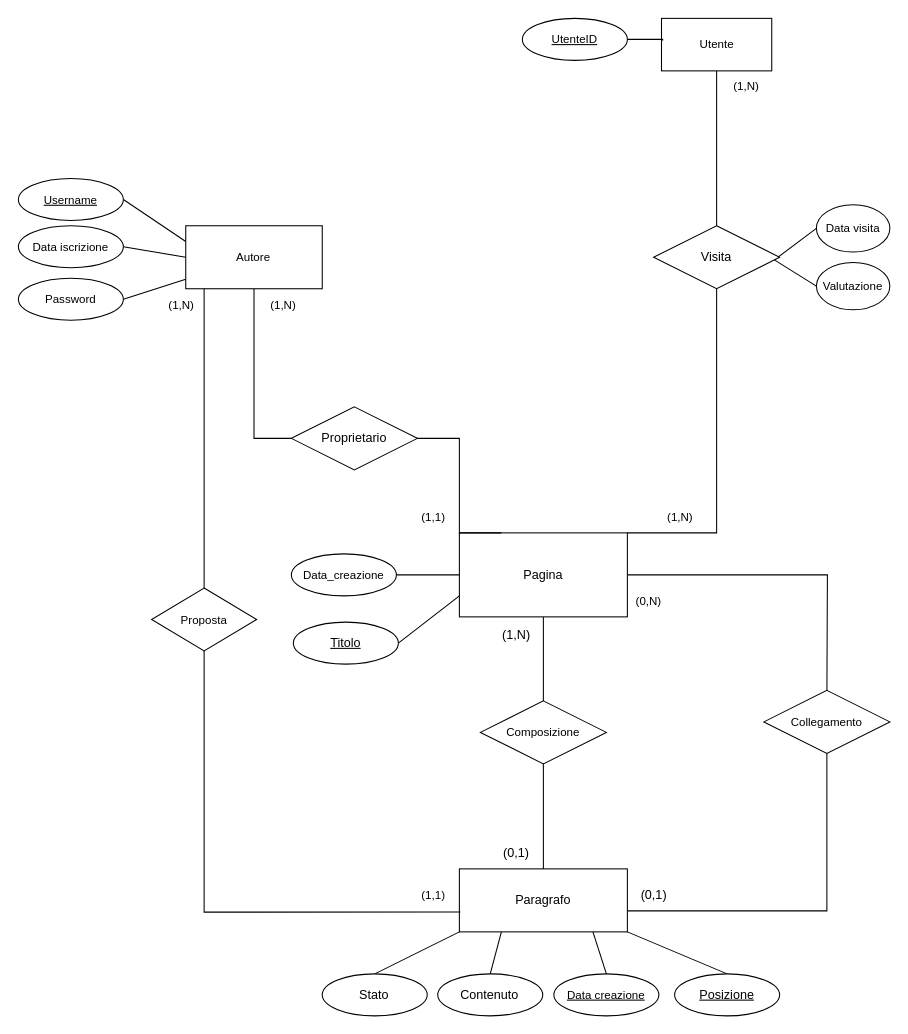
Above: Basi Dati/Modello EER Ristrutturato.drawio in nukeandboom/Progetto-OO-BD (draw.io), before the change. Source tidied: cells renumbered, new cells numbered last; positions are measured from the earlier drawing's top-left corner, leaving out a move shared by most shapes. Both pictures are drawn from the tidied source at 105%, with x=0, y=0 at pixel (18, 18).
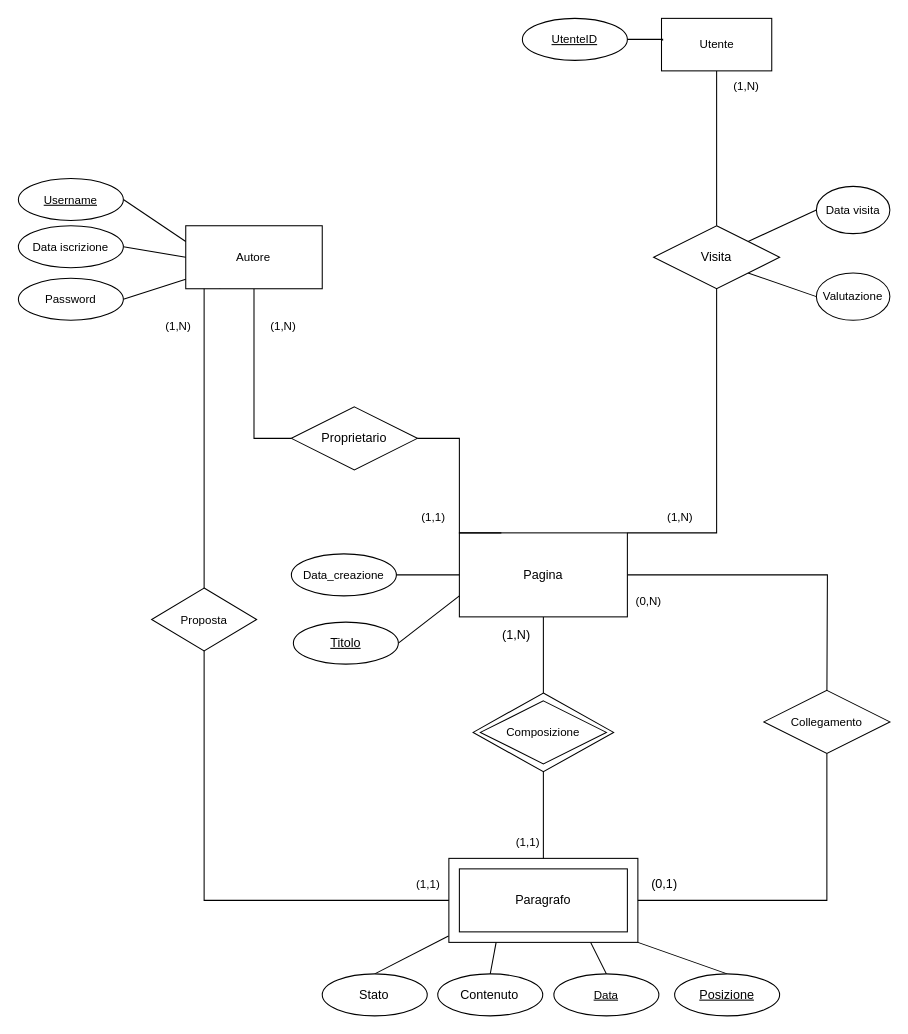
After the change.

The change refers to these unchanged cells:
```xml
<mxCell id="4" value="Pagina" style="rounded=0;arcSize=10;whiteSpace=wrap;html=1;align=center;labelBackgroundColor=none;" parent="1" vertex="1">
  <mxGeometry x="420" y="490" width="160" height="80" as="geometry" />
</mxCell>
<mxCell id="6" value="Paragrafo" style="rounded=0;arcSize=24;whiteSpace=wrap;html=1;align=center;labelBackgroundColor=none;" parent="1" vertex="1">
  <mxGeometry x="420" y="810" width="160" height="60" as="geometry" />
</mxCell>
<mxCell id="7" value="Contenuto" style="ellipse;whiteSpace=wrap;html=1;align=center;labelBackgroundColor=none;" parent="1" vertex="1">
  <mxGeometry x="399.4" y="910" width="100" height="40" as="geometry" />
</mxCell>
<mxCell id="27" value="Proposta" style="shape=rhombus;perimeter=rhombusPerimeter;whiteSpace=wrap;html=1;align=center;fontFamily=Helvetica;fontSize=11;labelBackgroundColor=none;" parent="1" vertex="1">
  <mxGeometry x="126.9" y="542.5" width="100" height="60" as="geometry" />
</mxCell>
<mxCell id="34" value="Posizione" style="ellipse;whiteSpace=wrap;html=1;align=center;fontStyle=4;labelBackgroundColor=none;" parent="1" vertex="1">
  <mxGeometry x="625" y="910" width="100" height="40" as="geometry" />
</mxCell>
<mxCell id="45" value="Visita" style="shape=rhombus;perimeter=rhombusPerimeter;whiteSpace=wrap;html=1;align=center;labelBackgroundColor=none;" parent="1" vertex="1">
  <mxGeometry x="605" y="197.5" width="120" height="60" as="geometry" />
</mxCell>
<mxCell id="51" value="Collegamento" style="shape=rhombus;perimeter=rhombusPerimeter;whiteSpace=wrap;html=1;align=center;fontFamily=Helvetica;fontSize=11;labelBackgroundColor=none;" parent="1" vertex="1">
  <mxGeometry x="710" y="640" width="120" height="60" as="geometry" />
</mxCell>
<mxCell id="53" value="Stato" style="ellipse;whiteSpace=wrap;html=1;align=center;labelBackgroundColor=none;" parent="1" vertex="1">
  <mxGeometry x="289.4" y="910" width="100" height="40" as="geometry" />
</mxCell>
<mxCell id="54" value="Composizione" style="shape=rhombus;perimeter=rhombusPerimeter;whiteSpace=wrap;html=1;align=center;fontFamily=Helvetica;fontSize=11;labelBackgroundColor=none;" parent="1" vertex="1">
  <mxGeometry x="440" y="650" width="120" height="60" as="geometry" />
</mxCell>
```

Change to the diagram source:
```diff
@@
+    <mxCell id="55" style="rhombus;whiteSpace=wrap;html=1;rounded=0;strokeColor=default;align=center;verticalAlign=middle;fontFamily=Helvetica;fontSize=12;fontColor=default;fillColor=default;" parent="1" vertex="1">
+      <mxGeometry x="433.1" y="642.5" width="133.8" height="75" as="geometry" />
+    </mxCell>
+    <mxCell id="56" style="rounded=0;whiteSpace=wrap;html=1;" parent="1" vertex="1">
+      <mxGeometry x="410" y="800" width="180" height="80" as="geometry" />
+    </mxCell>
-    <mxCell id="2" style="edgeStyle=orthogonalEdgeStyle;rounded=0;jettySize=auto;html=1;exitX=0.5;exitY=1;exitDx=0;exitDy=0;endArrow=none;endFill=0;entryX=0.5;entryY=0;entryDx=0;entryDy=0;labelBackgroundColor=none;fontColor=default;" parent="1" edge="1" source="4" target="54">
+    <mxCell id="2" style="edgeStyle=orthogonalEdgeStyle;rounded=0;jettySize=auto;html=1;exitX=0.5;exitY=1;exitDx=0;exitDy=0;endArrow=none;endFill=0;labelBackgroundColor=none;fontColor=default;entryX=0.5;entryY=0;entryDx=0;entryDy=0;" parent="1" edge="1" source="4" target="55">
       <mxGeometry relative="1" as="geometry" />
     </mxCell>
@@
-    <mxCell id="8" style="endArrow=none;html=1;rounded=0;exitX=0.5;exitY=0;exitDx=0;exitDy=0;entryX=0.25;entryY=1;entryDx=0;entryDy=0;labelBackgroundColor=none;fontColor=default;" parent="1" edge="1" source="7" target="6">
+    <mxCell id="8" style="endArrow=none;html=1;rounded=0;exitX=0.5;exitY=0;exitDx=0;exitDy=0;entryX=0.25;entryY=1;entryDx=0;entryDy=0;labelBackgroundColor=none;fontColor=default;" parent="1" edge="1" source="7" target="56">
       <mxGeometry relative="1" as="geometry" />
     </mxCell>
-    <mxCell id="9" style="endArrow=none;html=1;rounded=0;exitX=1;exitY=1;exitDx=0;exitDy=0;entryX=0.5;entryY=0;entryDx=0;entryDy=0;labelBackgroundColor=none;fontColor=default;" parent="1" edge="1" source="6" target="34">
+    <mxCell id="9" style="endArrow=none;html=1;rounded=0;exitX=1;exitY=1;exitDx=0;exitDy=0;entryX=0.5;entryY=0;entryDx=0;entryDy=0;labelBackgroundColor=none;fontColor=default;" parent="1" edge="1" source="56" target="34">
       <mxGeometry relative="1" as="geometry" />
     </mxCell>
     <mxCell id="10" value="(0,1)" style="text;html=1;align=center;verticalAlign=middle;strokeColor=none;fillColor=none;rotation=0;labelBackgroundColor=none;" parent="1" vertex="1">
-      <mxGeometry x="580" y="820" width="50" height="30" as="geometry" />
+      <mxGeometry x="590" y="810" width="50" height="30" as="geometry" />
     </mxCell>
@@
-    <mxCell id="13" value="(0,1)" style="text;html=1;align=center;verticalAlign=middle;strokeColor=none;fillColor=none;labelBackgroundColor=none;" parent="1" vertex="1">
-      <mxGeometry x="449.4" y="780" width="50" height="30" as="geometry" />
-    </mxCell>
@@
     <mxCell id="21" value="(1,N)" style="text;html=1;align=center;verticalAlign=middle;strokeColor=none;fillColor=none;fontSize=11;fontFamily=Helvetica;labelBackgroundColor=none;" parent="1" vertex="1">
-      <mxGeometry x="226.9" y="257.5" width="50" height="30" as="geometry" />
+      <mxGeometry x="226.9" y="277.5" width="50" height="30" as="geometry" />
     </mxCell>
@@
     <mxCell id="23" value="(1,N)" style="text;html=1;align=center;verticalAlign=middle;strokeColor=none;fillColor=none;fontSize=11;fontFamily=Helvetica;labelBackgroundColor=none;" parent="1" vertex="1">
-      <mxGeometry x="130" y="257.5" width="50" height="30" as="geometry" />
+      <mxGeometry x="126.9" y="277.5" width="50" height="30" as="geometry" />
     </mxCell>
     <mxCell id="24" value="(1,1)" style="text;html=1;align=center;verticalAlign=middle;strokeColor=none;fillColor=none;fontSize=11;fontFamily=Helvetica;labelBackgroundColor=none;" parent="1" vertex="1">
-      <mxGeometry x="370" y="820" width="50" height="30" as="geometry" />
+      <mxGeometry x="365" y="810" width="50" height="30" as="geometry" />
     </mxCell>
-    <mxCell id="25" value="Data creazione" style="ellipse;whiteSpace=wrap;html=1;align=center;fontFamily=Helvetica;fontSize=11;fontStyle=4;labelBackgroundColor=none;" parent="1" vertex="1">
+    <mxCell id="25" value="Data" style="ellipse;whiteSpace=wrap;html=1;align=center;fontFamily=Helvetica;fontSize=11;fontStyle=4;labelBackgroundColor=none;" parent="1" vertex="1">
       <mxGeometry x="510" y="910" width="100" height="40" as="geometry" />
     </mxCell>
-    <mxCell id="26" style="shape=connector;rounded=0;jettySize=auto;html=1;exitX=0.5;exitY=0;exitDx=0;exitDy=0;entryX=0.795;entryY=1.001;entryDx=0;entryDy=0;entryPerimeter=0;labelBackgroundColor=none;align=center;verticalAlign=middle;fontFamily=Helvetica;fontSize=11;fontColor=default;endArrow=none;endFill=0;" parent="1" edge="1" source="25" target="6">
+    <mxCell id="26" style="shape=connector;rounded=0;jettySize=auto;html=1;exitX=0.5;exitY=0;exitDx=0;exitDy=0;entryX=0.75;entryY=1;entryDx=0;entryDy=0;labelBackgroundColor=none;align=center;verticalAlign=middle;fontFamily=Helvetica;fontSize=11;fontColor=default;endArrow=none;endFill=0;" parent="1" edge="1" source="25" target="56">
       <mxGeometry relative="1" as="geometry" />
     </mxCell>
+    <mxCell id="57" style="edgeStyle=orthogonalEdgeStyle;rounded=0;jettySize=auto;html=1;entryX=0;entryY=0.5;entryDx=0;entryDy=0;fontFamily=Helvetica;fontSize=12;fontColor=default;endArrow=none;endFill=0;" parent="1" edge="1" source="27" target="56">
+      <mxGeometry relative="1" as="geometry">
+        <Array as="points">
+          <mxPoint x="177" y="840" />
+        </Array>
+      </mxGeometry>
+    </mxCell>
@@
-    <mxCell id="33" style="edgeStyle=orthogonalEdgeStyle;shape=connector;rounded=0;jettySize=auto;html=1;entryX=0.5;entryY=0;entryDx=0;entryDy=0;labelBackgroundColor=none;align=center;verticalAlign=middle;fontFamily=Helvetica;fontSize=11;fontColor=default;endArrow=none;endFill=0;" parent="1" edge="1" source="54" target="6">
-      <mxGeometry relative="1" as="geometry" />
+    <mxCell id="33" style="edgeStyle=orthogonalEdgeStyle;shape=connector;rounded=0;jettySize=auto;html=1;labelBackgroundColor=none;align=center;verticalAlign=middle;fontFamily=Helvetica;fontSize=11;fontColor=default;endArrow=none;endFill=0;exitX=0.5;exitY=1;exitDx=0;exitDy=0;" parent="1" edge="1" source="55">
+      <mxGeometry relative="1" as="geometry">
+        <mxPoint x="500" y="800" as="targetPoint" />
+      </mxGeometry>
     </mxCell>
@@
-    <mxCell id="38" style="edgeStyle=orthogonalEdgeStyle;shape=connector;rounded=0;jettySize=auto;html=1;exitX=0.5;exitY=1;exitDx=0;exitDy=0;entryX=0.006;entryY=0.686;entryDx=0;entryDy=0;entryPerimeter=0;labelBackgroundColor=none;align=center;verticalAlign=middle;fontFamily=Helvetica;fontSize=11;fontColor=default;endArrow=none;endFill=0;" parent="1" edge="1" source="27" target="6">
-      <mxGeometry relative="1" as="geometry" />
-    </mxCell>
     <mxCell id="39" value="Data visita" style="ellipse;whiteSpace=wrap;html=1;align=center;fontFamily=Helvetica;fontSize=11;labelBackgroundColor=none;" parent="1" vertex="1">
-      <mxGeometry x="760" y="177.5" width="70" height="45" as="geometry" />
+      <mxGeometry x="760" y="160" width="70" height="45" as="geometry" />
     </mxCell>
-    <mxCell id="40" style="edgeStyle=orthogonalEdgeStyle;shape=connector;rounded=0;orthogonalLoop=1;jettySize=auto;html=1;exitX=0.5;exitY=1;exitDx=0;exitDy=0;entryX=1;entryY=0.5;entryDx=0;entryDy=0;labelBackgroundColor=none;align=center;verticalAlign=middle;fontFamily=Helvetica;fontSize=11;fontColor=default;endArrow=none;endFill=0;" parent="1" edge="1">
+    <mxCell id="40" style="edgeStyle=orthogonalEdgeStyle;shape=connector;rounded=0;jettySize=auto;html=1;exitX=0.5;exitY=1;exitDx=0;exitDy=0;labelBackgroundColor=none;align=center;verticalAlign=middle;fontFamily=Helvetica;fontSize=11;fontColor=default;endArrow=none;endFill=0;entryX=1;entryY=0.5;entryDx=0;entryDy=0;" parent="1" edge="1" source="51" target="56">
       <mxGeometry relative="1" as="geometry">
-        <mxPoint x="770" y="690" as="sourcePoint" />
-        <mxPoint x="760" y="850" as="targetPoint" />
         <Array as="points">
-          <mxPoint x="770" y="850" />
-          <mxPoint x="580" y="850" />
+          <mxPoint x="770" y="840" />
         </Array>
       </mxGeometry>
     </mxCell>
@@
-    <mxCell id="42" style="rounded=0;jettySize=auto;html=1;exitX=1;exitY=0.5;exitDx=0;exitDy=0;entryX=0;entryY=0.5;entryDx=0;entryDy=0;endArrow=none;endFill=0;labelBackgroundColor=none;fontColor=default;" parent="1" edge="1" target="39">
-      <mxGeometry relative="1" as="geometry">
-        <mxPoint x="720" y="230" as="sourcePoint" />
-      </mxGeometry>
+    <mxCell id="42" style="rounded=0;jettySize=auto;html=1;exitX=1;exitY=0;exitDx=0;exitDy=0;entryX=0;entryY=0.5;entryDx=0;entryDy=0;endArrow=none;endFill=0;labelBackgroundColor=none;fontColor=default;" parent="1" edge="1" source="45" target="39">
+      <mxGeometry relative="1" as="geometry" />
     </mxCell>
-    <mxCell id="43" style="edgeStyle=none;shape=connector;rounded=0;jettySize=auto;html=1;exitX=1;exitY=0.5;exitDx=0;exitDy=0;entryX=0;entryY=0.5;entryDx=0;entryDy=0;labelBackgroundColor=none;align=center;verticalAlign=middle;fontFamily=Helvetica;fontSize=11;fontColor=default;endArrow=none;endFill=0;" parent="1" edge="1" target="48">
-      <mxGeometry relative="1" as="geometry">
-        <mxPoint x="720" y="230" as="sourcePoint" />
-      </mxGeometry>
+    <mxCell id="43" style="edgeStyle=none;shape=connector;rounded=0;jettySize=auto;html=1;exitX=1;exitY=1;exitDx=0;exitDy=0;entryX=0;entryY=0.5;entryDx=0;entryDy=0;labelBackgroundColor=none;align=center;verticalAlign=middle;fontFamily=Helvetica;fontSize=11;fontColor=default;endArrow=none;endFill=0;" parent="1" edge="1" source="45" target="48">
+      <mxGeometry relative="1" as="geometry" />
     </mxCell>
@@
     <mxCell id="48" value="Valutazione" style="ellipse;whiteSpace=wrap;html=1;align=center;fontFamily=Helvetica;fontSize=11;labelBackgroundColor=none;" parent="1" vertex="1">
-      <mxGeometry x="760" y="232.5" width="70" height="45" as="geometry" />
+      <mxGeometry x="760" y="242.5" width="70" height="45" as="geometry" />
     </mxCell>
@@
-    <mxCell id="52" style="rounded=0;jettySize=auto;html=1;exitX=0.5;exitY=0;exitDx=0;exitDy=0;entryX=0;entryY=1;entryDx=0;entryDy=0;endArrow=none;endFill=0;labelBackgroundColor=none;fontColor=default;" parent="1" edge="1" source="53" target="6">
+    <mxCell id="52" style="rounded=0;jettySize=auto;html=1;exitX=0.5;exitY=0;exitDx=0;exitDy=0;entryX=-0.002;entryY=0.925;entryDx=0;entryDy=0;endArrow=none;endFill=0;labelBackgroundColor=none;fontColor=default;entryPerimeter=0;" parent="1" edge="1" source="53" target="56">
       <mxGeometry relative="1" as="geometry" />
     </mxCell>
@@
+    <mxCell id="58" value="(1,1)" style="text;html=1;align=center;verticalAlign=middle;strokeColor=none;fillColor=none;fontSize=11;fontFamily=Helvetica;labelBackgroundColor=none;" parent="1" vertex="1">
+      <mxGeometry x="460" y="770" width="50" height="30" as="geometry" />
+    </mxCell>
```
